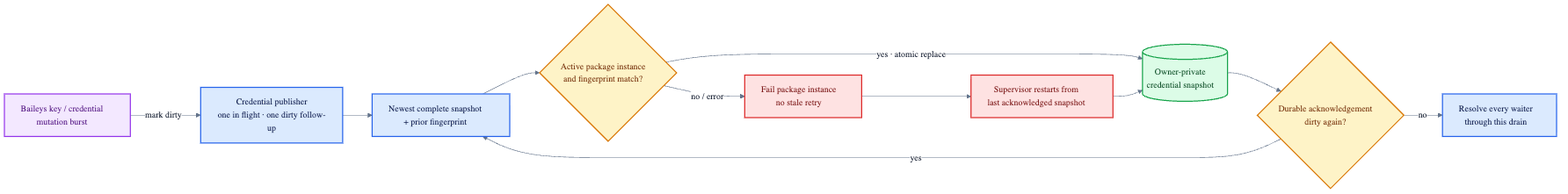
Earlier version of the Mermaid export v2/bridges/whatsapp/credential-persistence-flow.png (fontanierh/crab). Its source is kept beside it as v2/bridges/whatsapp/credential-persistence-flow.mmd. Its diagram source:
```mermaid
%%{init: {"theme": "base", "themeVariables": {"fontFamily": "ui-sans-serif, system-ui, sans-serif", "primaryTextColor": "#172033", "lineColor": "#64748b", "edgeLabelBackground": "#ffffff"}, "flowchart": {"curve": "basis", "nodeSpacing": 40, "rankSpacing": 54}}}%%
flowchart LR
    CHANGE["Baileys key / credential<br/>mutation burst"]
    COALESCE["Credential publisher<br/>one in flight · one dirty follow-up"]
    SNAP["Newest complete snapshot<br/>+ prior fingerprint"]
    CAS{"Active package instance<br/>and fingerprint match?"}
    STORE[("Owner-private<br/>credential snapshot")]
    ACK{"Durable acknowledgement<br/>dirty again?"}
    DONE["Resolve every waiter<br/>through this drain"]
    FATAL["Fail package instance<br/>no stale retry"]
    RESTART["Supervisor restarts from<br/>last acknowledged snapshot"]

    CHANGE -->|"mark dirty"| COALESCE --> SNAP --> CAS
    CAS -->|"yes · atomic replace"| STORE --> ACK
    ACK -->|"yes"| SNAP
    ACK -->|"no"| DONE
    CAS -->|"no / error"| FATAL --> RESTART --> STORE

    classDef input fill:#f3e8ff,stroke:#9333ea,stroke-width:2px,color:#581c87;
    classDef runtime fill:#dbeafe,stroke:#2563eb,stroke-width:2px,color:#172554;
    classDef durable fill:#dcfce7,stroke:#16a34a,stroke-width:2px,color:#14532d;
    classDef gate fill:#fef3c7,stroke:#d97706,stroke-width:2px,color:#78350f;
    classDef failure fill:#fee2e2,stroke:#dc2626,stroke-width:2px,color:#7f1d1d;

    class CHANGE input;
    class COALESCE,SNAP,DONE runtime;
    class STORE durable;
    class CAS,ACK gate;
    class FATAL,RESTART failure;
```
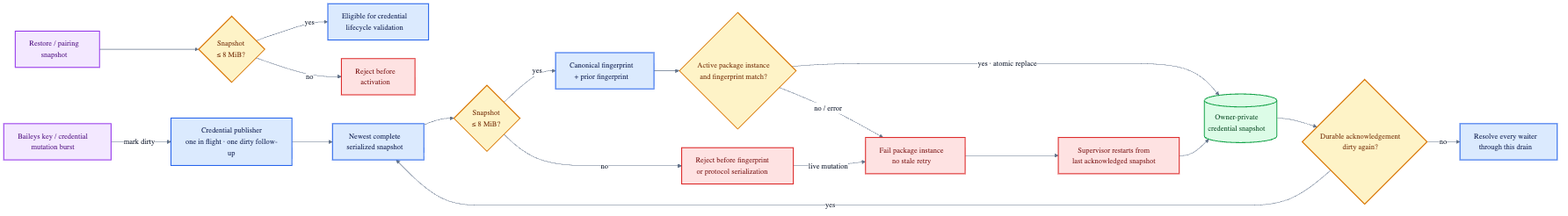
Above is the later version.

Commit message:
fix(v2): bound WhatsApp credential snapshots (#358)

Diff of the diagram source:
```diff
@@ -1,16 +1,29 @@
 %%{init: {"theme": "base", "themeVariables": {"fontFamily": "ui-sans-serif, system-ui, sans-serif", "primaryTextColor": "#172033", "lineColor": "#64748b", "edgeLabelBackground": "#ffffff"}, "flowchart": {"curve": "basis", "nodeSpacing": 40, "rankSpacing": 54}}}%%
 flowchart LR
     CHANGE["Baileys key / credential<br/>mutation burst"]
+    RESTORE["Restore / pairing<br/>snapshot"]
+    RESTORESIZE{"Snapshot<br/>≤ 8 MiB?"}
+    ACCEPT["Eligible for credential<br/>lifecycle validation"]
+    RESTOREREJECT["Reject before<br/>activation"]
     COALESCE["Credential publisher<br/>one in flight · one dirty follow-up"]
-    SNAP["Newest complete snapshot<br/>+ prior fingerprint"]
+    SNAP["Newest complete<br/>serialized snapshot"]
+    SIZE{"Snapshot<br/>≤ 8 MiB?"}
+    HASH["Canonical fingerprint<br/>+ prior fingerprint"]
     CAS{"Active package instance<br/>and fingerprint match?"}
     STORE[("Owner-private<br/>credential snapshot")]
     ACK{"Durable acknowledgement<br/>dirty again?"}
     DONE["Resolve every waiter<br/>through this drain"]
+    REJECT["Reject before fingerprint<br/>or protocol serialization"]
     FATAL["Fail package instance<br/>no stale retry"]
     RESTART["Supervisor restarts from<br/>last acknowledged snapshot"]
 
-    CHANGE -->|"mark dirty"| COALESCE --> SNAP --> CAS
+    CHANGE -->|"mark dirty"| COALESCE --> SNAP --> SIZE
+    RESTORE --> RESTORESIZE
+    RESTORESIZE -->|"yes"| ACCEPT
+    RESTORESIZE -->|"no"| RESTOREREJECT
+    SIZE -->|"yes"| HASH --> CAS
+    SIZE -->|"no"| REJECT
+    REJECT -->|"live mutation"| FATAL
     CAS -->|"yes · atomic replace"| STORE --> ACK
     ACK -->|"yes"| SNAP
     ACK -->|"no"| DONE
@@ -22,8 +35,8 @@
     classDef gate fill:#fef3c7,stroke:#d97706,stroke-width:2px,color:#78350f;
     classDef failure fill:#fee2e2,stroke:#dc2626,stroke-width:2px,color:#7f1d1d;
 
-    class CHANGE input;
-    class COALESCE,SNAP,DONE runtime;
+    class CHANGE,RESTORE input;
+    class COALESCE,SNAP,HASH,ACCEPT,DONE runtime;
     class STORE durable;
-    class CAS,ACK gate;
-    class FATAL,RESTART failure;
+    class RESTORESIZE,SIZE,CAS,ACK gate;
+    class RESTOREREJECT,REJECT,FATAL,RESTART failure;
```
